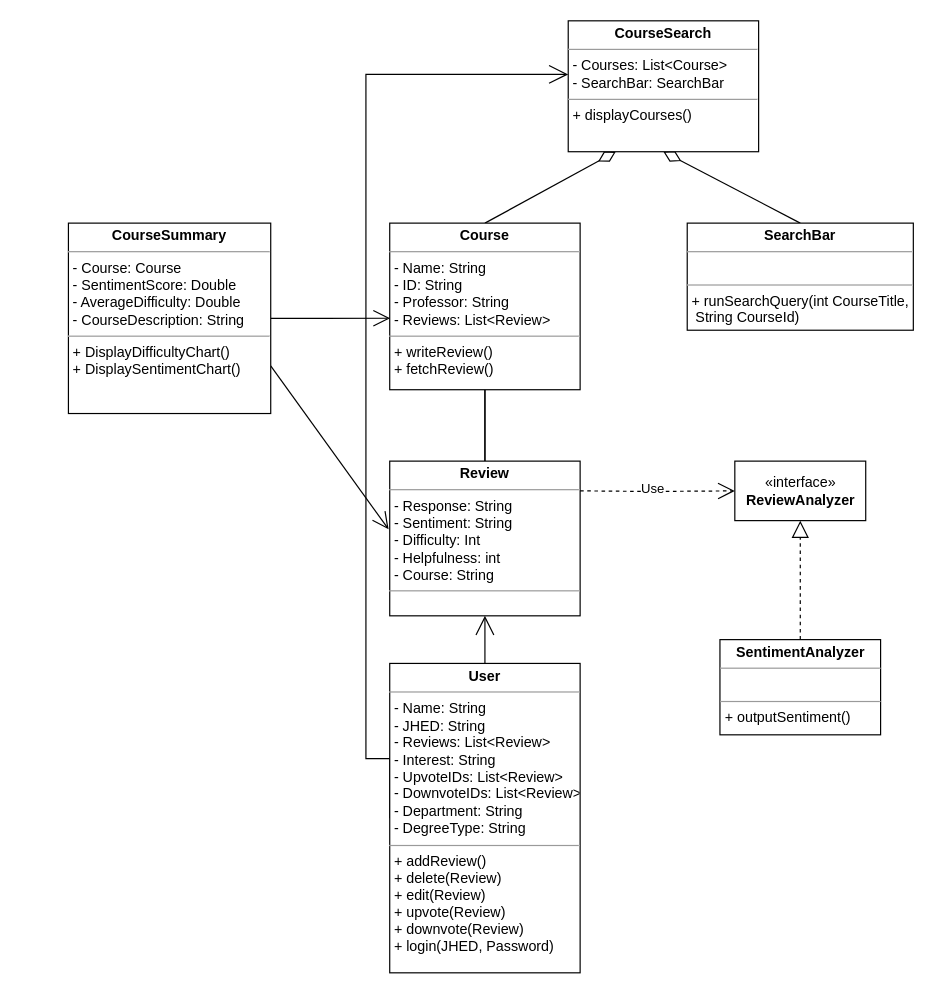
Above: docs/design/class_diagram1.drawio in echua3/course-sentiment-analyzer (draw.io), before the change. Source tidied: cells renumbered, new cells numbered last; positions are measured from the earlier drawing's top-left corner, leaving out a move shared by most shapes. Both pictures are drawn from the tidied source at 119%, with x=0, y=0 at pixel (68, 20).
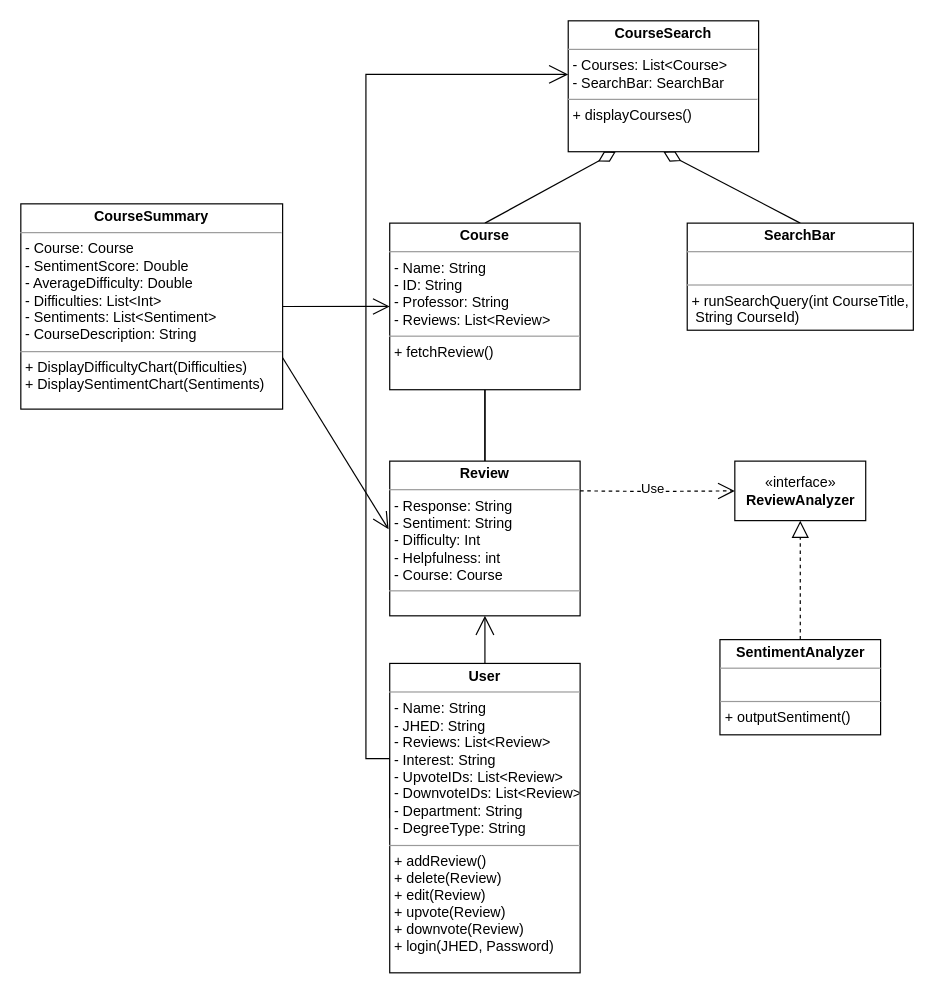
After the change.

Change to the diagram source:
```diff
@@
-    <mxCell id="5" value="&lt;p style=&quot;margin:0px;margin-top:4px;text-align:center;&quot;&gt;&lt;b&gt;Course&lt;/b&gt;&lt;/p&gt;&lt;hr size=&quot;1&quot;&gt;&lt;p style=&quot;margin:0px;margin-left:4px;&quot;&gt;- Name: String&lt;/p&gt;&lt;p style=&quot;margin:0px;margin-left:4px;&quot;&gt;- ID: String&lt;/p&gt;&lt;p style=&quot;margin:0px;margin-left:4px;&quot;&gt;- Professor: String&lt;/p&gt;&lt;p style=&quot;margin:0px;margin-left:4px;&quot;&gt;- Reviews: List&amp;lt;Review&amp;gt;&lt;/p&gt;&lt;hr size=&quot;1&quot;&gt;&lt;p style=&quot;margin:0px;margin-left:4px;&quot;&gt;+ writeReview()&lt;/p&gt;&lt;p style=&quot;margin:0px;margin-left:4px;&quot;&gt;+ fetchReview()&lt;/p&gt;&lt;p style=&quot;margin:0px;margin-left:4px;&quot;&gt;&lt;br&gt;&lt;/p&gt;" style="verticalAlign=top;align=left;overflow=fill;fontSize=12;fontFamily=Helvetica;html=1;" parent="1" vertex="1">
+    <mxCell id="5" value="&lt;p style=&quot;margin:0px;margin-top:4px;text-align:center;&quot;&gt;&lt;b&gt;Course&lt;/b&gt;&lt;/p&gt;&lt;hr size=&quot;1&quot;&gt;&lt;p style=&quot;margin:0px;margin-left:4px;&quot;&gt;- Name: String&lt;/p&gt;&lt;p style=&quot;margin:0px;margin-left:4px;&quot;&gt;- ID: String&lt;/p&gt;&lt;p style=&quot;margin:0px;margin-left:4px;&quot;&gt;- Professor: String&lt;/p&gt;&lt;p style=&quot;margin:0px;margin-left:4px;&quot;&gt;- Reviews: List&amp;lt;Review&amp;gt;&lt;/p&gt;&lt;hr size=&quot;1&quot;&gt;&lt;p style=&quot;margin:0px;margin-left:4px;&quot;&gt;&lt;span style=&quot;background-color: initial;&quot;&gt;+ fetchReview()&lt;/span&gt;&lt;br&gt;&lt;/p&gt;&lt;p style=&quot;margin:0px;margin-left:4px;&quot;&gt;&lt;br&gt;&lt;/p&gt;" style="verticalAlign=top;align=left;overflow=fill;fontSize=12;fontFamily=Helvetica;html=1;" parent="1" vertex="1">
       <mxGeometry x="270" y="170" width="160" height="140" as="geometry" />
     </mxCell>
@@
-    <mxCell id="7" value="&lt;p style=&quot;margin:0px;margin-top:4px;text-align:center;&quot;&gt;&lt;b&gt;Review&lt;/b&gt;&lt;/p&gt;&lt;hr size=&quot;1&quot;&gt;&lt;p style=&quot;margin:0px;margin-left:4px;&quot;&gt;&lt;span style=&quot;background-color: initial;&quot;&gt;- Response: String&lt;/span&gt;&lt;br&gt;&lt;/p&gt;&lt;p style=&quot;margin:0px;margin-left:4px;&quot;&gt;- Sentiment: String&lt;/p&gt;&lt;p style=&quot;margin:0px;margin-left:4px;&quot;&gt;- Difficulty: Int&lt;/p&gt;&lt;p style=&quot;margin:0px;margin-left:4px;&quot;&gt;- Helpfulness: int&lt;/p&gt;&lt;p style=&quot;margin:0px;margin-left:4px;&quot;&gt;- Course: String&lt;/p&gt;&lt;hr size=&quot;1&quot;&gt;&lt;p style=&quot;margin:0px;margin-left:4px;&quot;&gt;&lt;br&gt;&lt;/p&gt;" style="verticalAlign=top;align=left;overflow=fill;fontSize=12;fontFamily=Helvetica;html=1;" parent="1" vertex="1">
+    <mxCell id="7" value="&lt;p style=&quot;margin:0px;margin-top:4px;text-align:center;&quot;&gt;&lt;b&gt;Review&lt;/b&gt;&lt;/p&gt;&lt;hr size=&quot;1&quot;&gt;&lt;p style=&quot;margin:0px;margin-left:4px;&quot;&gt;&lt;span style=&quot;background-color: initial;&quot;&gt;- Response: String&lt;/span&gt;&lt;br&gt;&lt;/p&gt;&lt;p style=&quot;margin:0px;margin-left:4px;&quot;&gt;- Sentiment: String&lt;/p&gt;&lt;p style=&quot;margin:0px;margin-left:4px;&quot;&gt;- Difficulty: Int&lt;/p&gt;&lt;p style=&quot;margin:0px;margin-left:4px;&quot;&gt;- Helpfulness: int&lt;/p&gt;&lt;p style=&quot;margin:0px;margin-left:4px;&quot;&gt;- Course: Course&lt;/p&gt;&lt;hr size=&quot;1&quot;&gt;&lt;p style=&quot;margin:0px;margin-left:4px;&quot;&gt;&lt;br&gt;&lt;/p&gt;" style="verticalAlign=top;align=left;overflow=fill;fontSize=12;fontFamily=Helvetica;html=1;" parent="1" vertex="1">
       <mxGeometry x="270" y="370" width="160" height="130" as="geometry" />
     </mxCell>
@@
+    <mxCell id="19" style="rounded=0;jettySize=auto;html=1;exitX=1;exitY=0.75;exitDx=0;exitDy=0;entryX=-0.006;entryY=0.441;entryDx=0;entryDy=0;entryPerimeter=0;endArrow=open;endFill=0;endSize=12;" parent="1" edge="1" source="20" target="7">
+      <mxGeometry relative="1" as="geometry" />
+    </mxCell>
-    <mxCell id="18" style="edgeStyle=orthogonalEdgeStyle;rounded=0;jettySize=auto;html=1;exitX=1;exitY=0.5;exitDx=0;exitDy=0;entryX=0.002;entryY=0.571;entryDx=0;entryDy=0;entryPerimeter=0;endArrow=open;endFill=0;endSize=12;" parent="1" edge="1" source="20" target="5">
+    <mxCell id="18" style="edgeStyle=none;rounded=0;jettySize=auto;html=1;exitX=1;exitY=0.5;exitDx=0;exitDy=0;entryX=0;entryY=0.5;entryDx=0;entryDy=0;endArrow=open;endFill=0;endSize=12;jumpSize=0;" parent="1" edge="1" source="20" target="5">
       <mxGeometry relative="1" as="geometry" />
     </mxCell>
-    <mxCell id="19" style="rounded=0;jettySize=auto;html=1;exitX=1;exitY=0.75;exitDx=0;exitDy=0;entryX=-0.006;entryY=0.441;entryDx=0;entryDy=0;entryPerimeter=0;endArrow=open;endFill=0;endSize=12;" parent="1" edge="1" source="20" target="7">
-      <mxGeometry relative="1" as="geometry" />
-    </mxCell>
-    <mxCell id="20" value="&lt;p style=&quot;margin:0px;margin-top:4px;text-align:center;&quot;&gt;&lt;b&gt;CourseSummary&lt;/b&gt;&lt;/p&gt;&lt;hr size=&quot;1&quot;&gt;&lt;p style=&quot;margin:0px;margin-left:4px;&quot;&gt;- Course: Course&lt;br&gt;&lt;/p&gt;&lt;p style=&quot;margin:0px;margin-left:4px;&quot;&gt;- SentimentScore: Double&lt;/p&gt;&lt;p style=&quot;margin:0px;margin-left:4px;&quot;&gt;- AverageDifficulty: Double&lt;/p&gt;&lt;p style=&quot;margin:0px;margin-left:4px;&quot;&gt;- CourseDescription: String&lt;/p&gt;&lt;hr size=&quot;1&quot;&gt;&lt;p style=&quot;margin:0px;margin-left:4px;&quot;&gt;+ DisplayDifficultyChart()&lt;/p&gt;&lt;p style=&quot;margin:0px;margin-left:4px;&quot;&gt;+ DisplaySentimentChart()&lt;/p&gt;" style="verticalAlign=top;align=left;overflow=fill;fontSize=12;fontFamily=Helvetica;html=1;" parent="1" vertex="1">
-      <mxGeometry y="170" width="170" height="160" as="geometry" />
+    <mxCell id="20" value="&lt;p style=&quot;margin:0px;margin-top:4px;text-align:center;&quot;&gt;&lt;b&gt;CourseSummary&lt;/b&gt;&lt;/p&gt;&lt;hr size=&quot;1&quot;&gt;&lt;p style=&quot;margin:0px;margin-left:4px;&quot;&gt;- Course: Course&lt;br&gt;&lt;/p&gt;&lt;p style=&quot;margin:0px;margin-left:4px;&quot;&gt;- SentimentScore: Double&lt;/p&gt;&lt;p style=&quot;margin:0px;margin-left:4px;&quot;&gt;- AverageDifficulty: Double&lt;/p&gt;&lt;p style=&quot;margin:0px;margin-left:4px;&quot;&gt;- Difficulties: List&amp;lt;Int&amp;gt;&lt;/p&gt;&lt;p style=&quot;margin:0px;margin-left:4px;&quot;&gt;- Sentiments: List&amp;lt;Sentiment&amp;gt;&lt;/p&gt;&lt;p style=&quot;margin:0px;margin-left:4px;&quot;&gt;- CourseDescription: String&lt;/p&gt;&lt;hr size=&quot;1&quot;&gt;&lt;p style=&quot;margin:0px;margin-left:4px;&quot;&gt;+ DisplayDifficultyChart(Difficulties)&lt;/p&gt;&lt;p style=&quot;margin:0px;margin-left:4px;&quot;&gt;+ DisplaySentimentChart(Sentiments)&lt;/p&gt;" style="verticalAlign=top;align=left;overflow=fill;fontSize=12;fontFamily=Helvetica;html=1;" parent="1" vertex="1">
+      <mxGeometry x="-40" y="153.8" width="220" height="172.5" as="geometry" />
     </mxCell>
```
